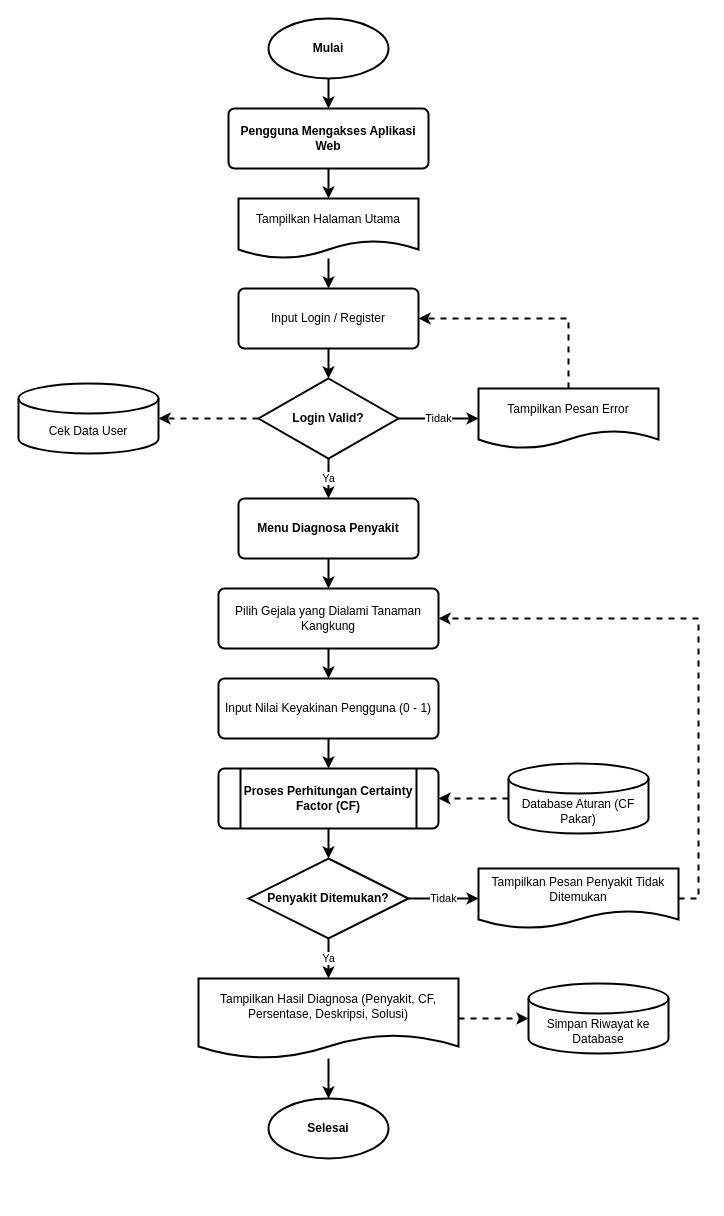
This is diagram/flowchart/flowchart_sistem_baru.drawio from NarmadaWeb/pakar-jagung, a draw.io file, before an edit. Source tidied: cells renumbered, new cells numbered last; positions are measured from the earlier drawing's top-left corner, leaving out a move shared by most shapes. Both pictures are drawn from the tidied source at 100%, with x=0, y=0 at pixel (18, 18).
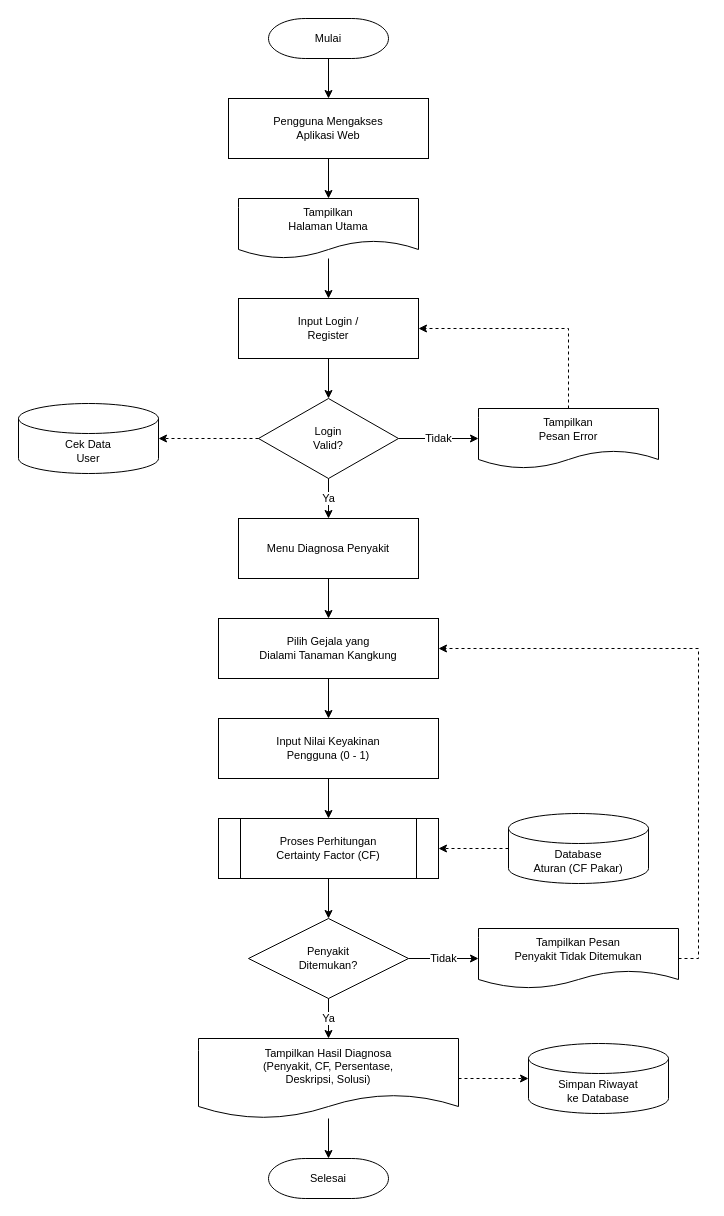
The same diagram, later.

Commit message (it also covers changes not shown here):
Fix drawio XML structure

Updates `flowchart_sistem_lama.drawio` and `flowchart_sistem_baru.drawio` to use proper XML structure without the <?xml> prolog, corrects encoding, and fixes the 'as' attribute in mxGeometry tags to ensure compatibility with draw.io.

What changed in the source:
```diff
@@
-    <mxCell id="2" value="&lt;b&gt;Mulai&lt;/b&gt;" style="ellipse;whiteSpace=wrap;html=1;strokeWidth=2;" parent="1" vertex="1">
-      <mxGeometry x="250" width="120" height="60" as="geometry" />
+    <mxCell id="2" value="Mulai" style="shape=mxgraph.flowchart.terminator;whiteSpace=wrap;html=1;fillColor=#FFFFFF;strokeColor=#000000;fontSize=11;" parent="1" vertex="1">
+      <mxGeometry x="250" width="120" height="40" as="geometry" />
     </mxCell>
-    <mxCell id="3" value="&lt;b&gt;Pengguna Mengakses Aplikasi Web&lt;/b&gt;" style="rounded=1;whiteSpace=wrap;html=1;arcSize=10;strokeWidth=2;" parent="1" vertex="1">
-      <mxGeometry x="210" y="90" width="200" height="60" as="geometry" />
+    <mxCell id="3" value="Pengguna Mengakses&#10;Aplikasi Web" style="rounded=0;whiteSpace=wrap;html=1;fillColor=#FFFFFF;strokeColor=#000000;fontSize=11;" parent="1" vertex="1">
+      <mxGeometry x="210" y="80" width="200" height="60" as="geometry" />
     </mxCell>
-    <mxCell id="4" value="Tampilkan Halaman Utama" style="shape=document;whiteSpace=wrap;html=1;boundedLbl=1;strokeWidth=2;" parent="1" vertex="1">
+    <mxCell id="4" value="Tampilkan&#10;Halaman Utama" style="shape=document;whiteSpace=wrap;html=1;boundedLbl=1;fillColor=#FFFFFF;strokeColor=#000000;fontSize=11;" parent="1" vertex="1">
       <mxGeometry x="220" y="180" width="180" height="60" as="geometry" />
     </mxCell>
-    <mxCell id="5" value="Input Login / Register" style="rounded=1;whiteSpace=wrap;html=1;arcSize=10;strokeWidth=2;" parent="1" vertex="1">
-      <mxGeometry x="220" y="270" width="180" height="60" as="geometry" />
+    <mxCell id="5" value="Input Login /&#10;Register" style="rounded=0;whiteSpace=wrap;html=1;fillColor=#FFFFFF;strokeColor=#000000;fontSize=11;" parent="1" vertex="1">
+      <mxGeometry x="220" y="280" width="180" height="60" as="geometry" />
     </mxCell>
-    <mxCell id="6" value="&lt;b&gt;Login Valid?&lt;/b&gt;" style="rhombus;whiteSpace=wrap;html=1;strokeWidth=2;" parent="1" vertex="1">
-      <mxGeometry x="240" y="360" width="140" height="80" as="geometry" />
+    <mxCell id="6" value="Login&#10;Valid?" style="rhombus;whiteSpace=wrap;html=1;fillColor=#FFFFFF;strokeColor=#000000;fontSize=11;" parent="1" vertex="1">
+      <mxGeometry x="240" y="380" width="140" height="80" as="geometry" />
     </mxCell>
-    <mxCell id="7" value="Tampilkan Pesan Error" style="shape=document;whiteSpace=wrap;html=1;boundedLbl=1;strokeWidth=2;" parent="1" vertex="1">
-      <mxGeometry x="460" y="370" width="180" height="60" as="geometry" />
+    <mxCell id="7" value="Tampilkan&#10;Pesan Error" style="shape=document;whiteSpace=wrap;html=1;boundedLbl=1;fillColor=#FFFFFF;strokeColor=#000000;fontSize=11;" parent="1" vertex="1">
+      <mxGeometry x="460" y="390" width="180" height="60" as="geometry" />
     </mxCell>
-    <mxCell id="8" value="Cek Data User" style="shape=cylinder3;whiteSpace=wrap;html=1;boundedLbl=1;backgroundOutline=1;size=15;strokeWidth=2;" parent="1" vertex="1">
-      <mxGeometry y="365" width="140" height="70" as="geometry" />
+    <mxCell id="8" value="Cek Data&#10;User" style="shape=cylinder3;whiteSpace=wrap;html=1;boundedLbl=1;backgroundOutline=1;size=15;fillColor=#FFFFFF;strokeColor=#000000;fontSize=11;" parent="1" vertex="1">
+      <mxGeometry y="385" width="140" height="70" as="geometry" />
     </mxCell>
-    <mxCell id="9" value="&lt;b&gt;Menu Diagnosa Penyakit&lt;/b&gt;" style="rounded=1;whiteSpace=wrap;html=1;arcSize=10;strokeWidth=2;" parent="1" vertex="1">
-      <mxGeometry x="220" y="480" width="180" height="60" as="geometry" />
+    <mxCell id="9" value="Menu Diagnosa Penyakit" style="rounded=0;whiteSpace=wrap;html=1;fillColor=#FFFFFF;strokeColor=#000000;fontSize=11;" parent="1" vertex="1">
+      <mxGeometry x="220" y="500" width="180" height="60" as="geometry" />
     </mxCell>
-    <mxCell id="10" value="Pilih Gejala yang Dialami Tanaman Kangkung" style="rounded=1;whiteSpace=wrap;html=1;arcSize=10;strokeWidth=2;" parent="1" vertex="1">
-      <mxGeometry x="200" y="570" width="220" height="60" as="geometry" />
+    <mxCell id="10" value="Pilih Gejala yang&#10;Dialami Tanaman Kangkung" style="rounded=0;whiteSpace=wrap;html=1;fillColor=#FFFFFF;strokeColor=#000000;fontSize=11;" parent="1" vertex="1">
+      <mxGeometry x="200" y="600" width="220" height="60" as="geometry" />
     </mxCell>
-    <mxCell id="11" value="Input Nilai Keyakinan Pengguna (0 - 1)" style="rounded=1;whiteSpace=wrap;html=1;arcSize=10;strokeWidth=2;" parent="1" vertex="1">
-      <mxGeometry x="200" y="660" width="220" height="60" as="geometry" />
+    <mxCell id="11" value="Input Nilai Keyakinan&#10;Pengguna (0 - 1)" style="rounded=0;whiteSpace=wrap;html=1;fillColor=#FFFFFF;strokeColor=#000000;fontSize=11;" parent="1" vertex="1">
+      <mxGeometry x="200" y="700" width="220" height="60" as="geometry" />
     </mxCell>
-    <mxCell id="12" value="&lt;b&gt;Proses Perhitungan Certainty Factor (CF)&lt;/b&gt;" style="shape=process;whiteSpace=wrap;html=1;backgroundOutline=1;strokeWidth=2;rounded=1;arcSize=10;" parent="1" vertex="1">
-      <mxGeometry x="200" y="750" width="220" height="60" as="geometry" />
+    <mxCell id="12" value="Proses Perhitungan&#10;Certainty Factor (CF)" style="shape=process;whiteSpace=wrap;html=1;backgroundOutline=1;fillColor=#FFFFFF;strokeColor=#000000;fontSize=11;" parent="1" vertex="1">
+      <mxGeometry x="200" y="800" width="220" height="60" as="geometry" />
     </mxCell>
-    <mxCell id="13" value="Database Aturan (CF Pakar)" style="shape=cylinder3;whiteSpace=wrap;html=1;boundedLbl=1;backgroundOutline=1;size=15;strokeWidth=2;" parent="1" vertex="1">
-      <mxGeometry x="490" y="745" width="140" height="70" as="geometry" />
+    <mxCell id="13" value="Database&#10;Aturan (CF Pakar)" style="shape=cylinder3;whiteSpace=wrap;html=1;boundedLbl=1;backgroundOutline=1;size=15;fillColor=#FFFFFF;strokeColor=#000000;fontSize=11;" parent="1" vertex="1">
+      <mxGeometry x="490" y="795" width="140" height="70" as="geometry" />
     </mxCell>
-    <mxCell id="14" value="&lt;b&gt;Penyakit Ditemukan?&lt;/b&gt;" style="rhombus;whiteSpace=wrap;html=1;strokeWidth=2;" parent="1" vertex="1">
-      <mxGeometry x="230" y="840" width="160" height="80" as="geometry" />
+    <mxCell id="14" value="Penyakit&#10;Ditemukan?" style="rhombus;whiteSpace=wrap;html=1;fillColor=#FFFFFF;strokeColor=#000000;fontSize=11;" parent="1" vertex="1">
+      <mxGeometry x="230" y="900" width="160" height="80" as="geometry" />
     </mxCell>
-    <mxCell id="15" value="Tampilkan Pesan Penyakit Tidak Ditemukan" style="shape=document;whiteSpace=wrap;html=1;boundedLbl=1;strokeWidth=2;" parent="1" vertex="1">
-      <mxGeometry x="460" y="850" width="200" height="60" as="geometry" />
+    <mxCell id="15" value="Tampilkan Pesan&#10;Penyakit Tidak Ditemukan" style="shape=document;whiteSpace=wrap;html=1;boundedLbl=1;fillColor=#FFFFFF;strokeColor=#000000;fontSize=11;" parent="1" vertex="1">
+      <mxGeometry x="460" y="910" width="200" height="60" as="geometry" />
     </mxCell>
-    <mxCell id="16" value="Tampilkan Hasil Diagnosa (Penyakit, CF, Persentase, Deskripsi, Solusi)" style="shape=document;whiteSpace=wrap;html=1;boundedLbl=1;strokeWidth=2;" parent="1" vertex="1">
-      <mxGeometry x="180" y="960" width="260" height="80" as="geometry" />
+    <mxCell id="16" value="Tampilkan Hasil Diagnosa&#10;(Penyakit, CF, Persentase,&#10;Deskripsi, Solusi)" style="shape=document;whiteSpace=wrap;html=1;boundedLbl=1;fillColor=#FFFFFF;strokeColor=#000000;fontSize=11;" parent="1" vertex="1">
+      <mxGeometry x="180" y="1020" width="260" height="80" as="geometry" />
     </mxCell>
-    <mxCell id="17" value="Simpan Riwayat ke Database" style="shape=cylinder3;whiteSpace=wrap;html=1;boundedLbl=1;backgroundOutline=1;size=15;strokeWidth=2;" parent="1" vertex="1">
-      <mxGeometry x="510" y="965" width="140" height="70" as="geometry" />
+    <mxCell id="17" value="Simpan Riwayat&#10;ke Database" style="shape=cylinder3;whiteSpace=wrap;html=1;boundedLbl=1;backgroundOutline=1;size=15;fillColor=#FFFFFF;strokeColor=#000000;fontSize=11;" parent="1" vertex="1">
+      <mxGeometry x="510" y="1025" width="140" height="70" as="geometry" />
     </mxCell>
-    <mxCell id="18" value="&lt;b&gt;Selesai&lt;/b&gt;" style="ellipse;whiteSpace=wrap;html=1;strokeWidth=2;" parent="1" vertex="1">
-      <mxGeometry x="250" y="1080" width="120" height="60" as="geometry" />
+    <mxCell id="18" value="Selesai" style="shape=mxgraph.flowchart.terminator;whiteSpace=wrap;html=1;fillColor=#FFFFFF;strokeColor=#000000;fontSize=11;" parent="1" vertex="1">
+      <mxGeometry x="250" y="1140" width="120" height="40" as="geometry" />
     </mxCell>
-    <mxCell id="19" style="edgeStyle=orthogonalEdgeStyle;rounded=0;jettySize=auto;html=1;strokeWidth=2;labelBackgroundColor=#ffffff;" parent="1" edge="1" source="2" target="3">
+    <mxCell id="19" style="edgeStyle=orthogonalEdgeStyle;rounded=0;jettySize=auto;html=1;strokeColor=#000000;fontSize=11;" parent="1" edge="1" source="2" target="3">
       <mxGeometry relative="1" as="geometry" />
     </mxCell>
-    <mxCell id="20" style="edgeStyle=orthogonalEdgeStyle;rounded=0;jettySize=auto;html=1;strokeWidth=2;labelBackgroundColor=#ffffff;" parent="1" edge="1" source="3" target="4">
+    <mxCell id="20" style="edgeStyle=orthogonalEdgeStyle;rounded=0;jettySize=auto;html=1;strokeColor=#000000;fontSize=11;" parent="1" edge="1" source="3" target="4">
       <mxGeometry relative="1" as="geometry" />
     </mxCell>
-    <mxCell id="21" style="edgeStyle=orthogonalEdgeStyle;rounded=0;jettySize=auto;html=1;strokeWidth=2;labelBackgroundColor=#ffffff;" parent="1" edge="1" source="4" target="5">
+    <mxCell id="21" style="edgeStyle=orthogonalEdgeStyle;rounded=0;jettySize=auto;html=1;strokeColor=#000000;fontSize=11;" parent="1" edge="1" source="4" target="5">
       <mxGeometry relative="1" as="geometry" />
     </mxCell>
-    <mxCell id="22" style="edgeStyle=orthogonalEdgeStyle;rounded=0;jettySize=auto;html=1;strokeWidth=2;labelBackgroundColor=#ffffff;" parent="1" edge="1" source="5" target="6">
+    <mxCell id="22" style="edgeStyle=orthogonalEdgeStyle;rounded=0;jettySize=auto;html=1;strokeColor=#000000;fontSize=11;" parent="1" edge="1" source="5" target="6">
       <mxGeometry relative="1" as="geometry" />
     </mxCell>
-    <mxCell id="23" value="Tidak" style="edgeStyle=orthogonalEdgeStyle;rounded=0;jettySize=auto;html=1;strokeWidth=2;labelBackgroundColor=#ffffff;exitX=1;exitY=0.5;exitDx=0;exitDy=0;entryX=0;entryY=0.5;entryDx=0;entryDy=0;" parent="1" edge="1" source="6" target="7">
+    <mxCell id="23" value="Tidak" style="edgeStyle=orthogonalEdgeStyle;rounded=0;jettySize=auto;html=1;strokeColor=#000000;fontSize=11;exitX=1;exitY=0.5;exitDx=0;exitDy=0;entryX=0;entryY=0.5;entryDx=0;entryDy=0;" parent="1" edge="1" source="6" target="7">
       <mxGeometry relative="1" as="geometry" />
     </mxCell>
-    <mxCell id="24" value="Ya" style="edgeStyle=orthogonalEdgeStyle;rounded=0;jettySize=auto;html=1;strokeWidth=2;labelBackgroundColor=#ffffff;exitX=0.5;exitY=1;exitDx=0;exitDy=0;entryX=0.5;entryY=0;entryDx=0;entryDy=0;" parent="1" edge="1" source="6" target="9">
+    <mxCell id="24" value="Ya" style="edgeStyle=orthogonalEdgeStyle;rounded=0;jettySize=auto;html=1;strokeColor=#000000;fontSize=11;exitX=0.5;exitY=1;exitDx=0;exitDy=0;entryX=0.5;entryY=0;entryDx=0;entryDy=0;" parent="1" edge="1" source="6" target="9">
       <mxGeometry relative="1" as="geometry" />
     </mxCell>
-    <mxCell id="25" style="edgeStyle=orthogonalEdgeStyle;rounded=0;jettySize=auto;html=1;dashed=1;strokeWidth=2;labelBackgroundColor=#ffffff;exitX=0.5;exitY=0;exitDx=0;exitDy=0;entryX=1;entryY=0.5;entryDx=0;entryDy=0;" parent="1" edge="1" source="7" target="5">
+    <mxCell id="25" style="edgeStyle=orthogonalEdgeStyle;rounded=0;jettySize=auto;html=1;dashed=1;strokeColor=#000000;fontSize=11;exitX=0.5;exitY=0;exitDx=0;exitDy=0;entryX=1;entryY=0.5;entryDx=0;entryDy=0;" parent="1" edge="1" source="7" target="5">
       <mxGeometry relative="1" as="geometry" />
     </mxCell>
-    <mxCell id="26" style="edgeStyle=orthogonalEdgeStyle;rounded=0;jettySize=auto;html=1;dashed=1;strokeWidth=2;labelBackgroundColor=#ffffff;exitX=0;exitY=0.5;exitDx=0;exitDy=0;entryX=1;entryY=0.5;entryDx=0;entryDy=0;" parent="1" edge="1" source="6" target="8">
+    <mxCell id="26" style="edgeStyle=orthogonalEdgeStyle;rounded=0;jettySize=auto;html=1;dashed=1;strokeColor=#000000;fontSize=11;exitX=0;exitY=0.5;exitDx=0;exitDy=0;entryX=1;entryY=0.5;entryDx=0;entryDy=0;" parent="1" edge="1" source="6" target="8">
       <mxGeometry relative="1" as="geometry" />
     </mxCell>
-    <mxCell id="27" style="edgeStyle=orthogonalEdgeStyle;rounded=0;jettySize=auto;html=1;strokeWidth=2;labelBackgroundColor=#ffffff;" parent="1" edge="1" source="9" target="10">
+    <mxCell id="27" style="edgeStyle=orthogonalEdgeStyle;rounded=0;jettySize=auto;html=1;strokeColor=#000000;fontSize=11;" parent="1" edge="1" source="9" target="10">
       <mxGeometry relative="1" as="geometry" />
     </mxCell>
-    <mxCell id="28" style="edgeStyle=orthogonalEdgeStyle;rounded=0;jettySize=auto;html=1;strokeWidth=2;labelBackgroundColor=#ffffff;" parent="1" edge="1" source="10" target="11">
+    <mxCell id="28" style="edgeStyle=orthogonalEdgeStyle;rounded=0;jettySize=auto;html=1;strokeColor=#000000;fontSize=11;" parent="1" edge="1" source="10" target="11">
       <mxGeometry relative="1" as="geometry" />
     </mxCell>
-    <mxCell id="29" style="edgeStyle=orthogonalEdgeStyle;rounded=0;jettySize=auto;html=1;strokeWidth=2;labelBackgroundColor=#ffffff;" parent="1" edge="1" source="11" target="12">
+    <mxCell id="29" style="edgeStyle=orthogonalEdgeStyle;rounded=0;jettySize=auto;html=1;strokeColor=#000000;fontSize=11;" parent="1" edge="1" source="11" target="12">
       <mxGeometry relative="1" as="geometry" />
     </mxCell>
-    <mxCell id="30" style="edgeStyle=orthogonalEdgeStyle;rounded=0;jettySize=auto;html=1;dashed=1;strokeWidth=2;labelBackgroundColor=#ffffff;exitX=0;exitY=0.5;exitDx=0;exitDy=0;entryX=1;entryY=0.5;entryDx=0;entryDy=0;" parent="1" edge="1" source="13" target="12">
+    <mxCell id="30" style="edgeStyle=orthogonalEdgeStyle;rounded=0;jettySize=auto;html=1;dashed=1;strokeColor=#000000;fontSize=11;exitX=0;exitY=0.5;exitDx=0;exitDy=0;entryX=1;entryY=0.5;entryDx=0;entryDy=0;" parent="1" edge="1" source="13" target="12">
       <mxGeometry relative="1" as="geometry" />
     </mxCell>
-    <mxCell id="31" style="edgeStyle=orthogonalEdgeStyle;rounded=0;jettySize=auto;html=1;strokeWidth=2;labelBackgroundColor=#ffffff;" parent="1" edge="1" source="12" target="14">
+    <mxCell id="31" style="edgeStyle=orthogonalEdgeStyle;rounded=0;jettySize=auto;html=1;strokeColor=#000000;fontSize=11;" parent="1" edge="1" source="12" target="14">
       <mxGeometry relative="1" as="geometry" />
     </mxCell>
-    <mxCell id="32" value="Tidak" style="edgeStyle=orthogonalEdgeStyle;rounded=0;jettySize=auto;html=1;strokeWidth=2;labelBackgroundColor=#ffffff;exitX=1;exitY=0.5;exitDx=0;exitDy=0;entryX=0;entryY=0.5;entryDx=0;entryDy=0;" parent="1" edge="1" source="14" target="15">
+    <mxCell id="32" value="Tidak" style="edgeStyle=orthogonalEdgeStyle;rounded=0;jettySize=auto;html=1;strokeColor=#000000;fontSize=11;exitX=1;exitY=0.5;exitDx=0;exitDy=0;entryX=0;entryY=0.5;entryDx=0;entryDy=0;" parent="1" edge="1" source="14" target="15">
       <mxGeometry relative="1" as="geometry" />
     </mxCell>
-    <mxCell id="33" value="Ya" style="edgeStyle=orthogonalEdgeStyle;rounded=0;jettySize=auto;html=1;strokeWidth=2;labelBackgroundColor=#ffffff;exitX=0.5;exitY=1;exitDx=0;exitDy=0;entryX=0.5;entryY=0;entryDx=0;entryDy=0;" parent="1" edge="1" source="14" target="16">
+    <mxCell id="33" value="Ya" style="edgeStyle=orthogonalEdgeStyle;rounded=0;jettySize=auto;html=1;strokeColor=#000000;fontSize=11;exitX=0.5;exitY=1;exitDx=0;exitDy=0;entryX=0.5;entryY=0;entryDx=0;entryDy=0;" parent="1" edge="1" source="14" target="16">
       <mxGeometry relative="1" as="geometry" />
     </mxCell>
-    <mxCell id="34" style="edgeStyle=orthogonalEdgeStyle;rounded=0;jettySize=auto;html=1;dashed=1;strokeWidth=2;labelBackgroundColor=#ffffff;exitX=1;exitY=0.5;exitDx=0;exitDy=0;entryX=1;entryY=0.5;entryDx=0;entryDy=0;" parent="1" edge="1" source="15" target="10">
+    <mxCell id="34" style="edgeStyle=orthogonalEdgeStyle;rounded=0;jettySize=auto;html=1;dashed=1;strokeColor=#000000;fontSize=11;exitX=1;exitY=0.5;exitDx=0;exitDy=0;entryX=1;entryY=0.5;entryDx=0;entryDy=0;" parent="1" edge="1" source="15" target="10">
       <mxGeometry relative="1" as="geometry" />
     </mxCell>
-    <mxCell id="35" style="edgeStyle=orthogonalEdgeStyle;rounded=0;jettySize=auto;html=1;dashed=1;strokeWidth=2;labelBackgroundColor=#ffffff;exitX=1;exitY=0.5;exitDx=0;exitDy=0;entryX=0;entryY=0.5;entryDx=0;entryDy=0;" parent="1" edge="1" source="16" target="17">
+    <mxCell id="35" style="edgeStyle=orthogonalEdgeStyle;rounded=0;jettySize=auto;html=1;dashed=1;strokeColor=#000000;fontSize=11;exitX=1;exitY=0.5;exitDx=0;exitDy=0;entryX=0;entryY=0.5;entryDx=0;entryDy=0;" parent="1" edge="1" source="16" target="17">
       <mxGeometry relative="1" as="geometry" />
     </mxCell>
-    <mxCell id="36" style="edgeStyle=orthogonalEdgeStyle;rounded=0;jettySize=auto;html=1;strokeWidth=2;labelBackgroundColor=#ffffff;" parent="1" edge="1" source="16" target="18">
+    <mxCell id="36" style="edgeStyle=orthogonalEdgeStyle;rounded=0;jettySize=auto;html=1;strokeColor=#000000;fontSize=11;" parent="1" edge="1" source="16" target="18">
       <mxGeometry relative="1" as="geometry" />
     </mxCell>
```
